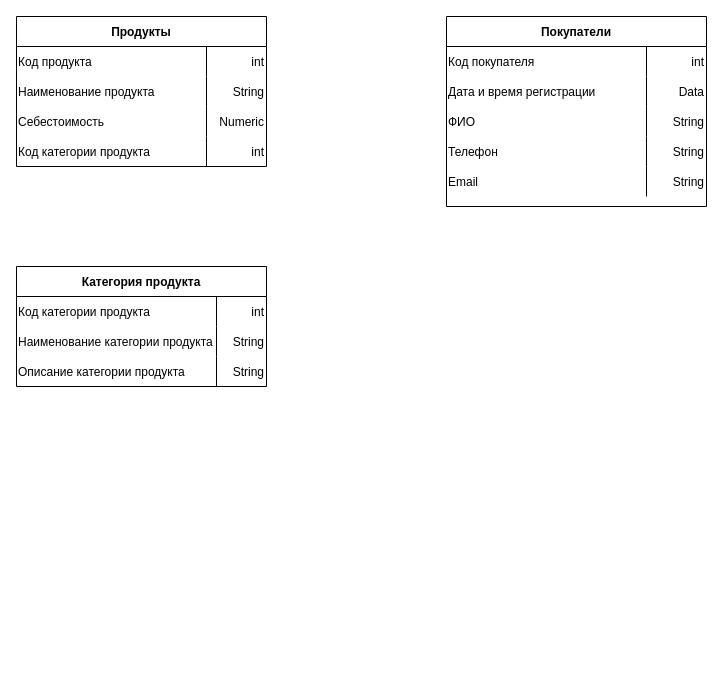
This is Диаграмма без названия.drawio from Nikola1Barnev/1, a draw.io file, before an edit. Source tidied: cells renumbered, new cells numbered last; positions are measured from the earlier drawing's top-left corner, leaving out a move shared by most shapes. Both pictures are drawn from the tidied source at 100%, with x=0, y=0 at pixel (16, 16).
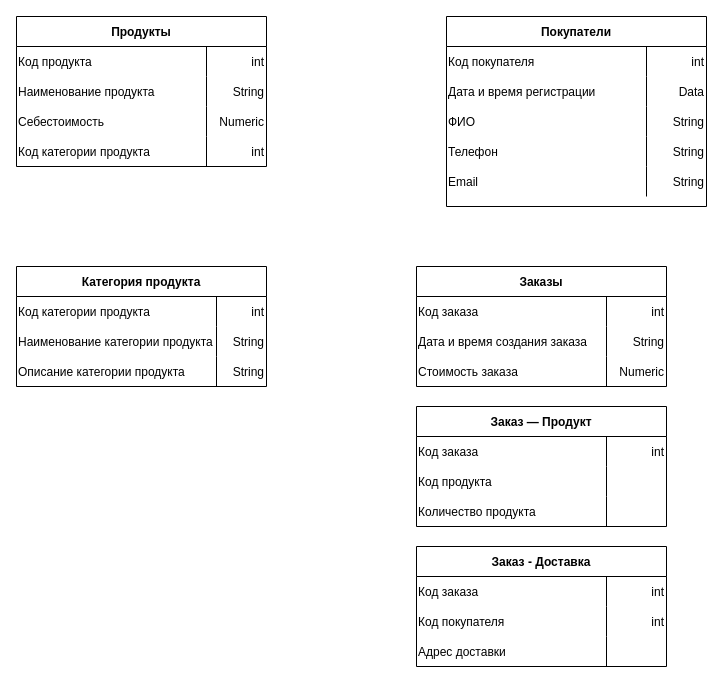
Above is the later version.

The edit, as a diff of the source:
```diff
@@
+    <mxCell id="41" value="Заказы" style="shape=table;startSize=30;childLayout=tableLayout;rowLines=0;fontStyle=1;align=center;" parent="1" vertex="1">
+      <mxGeometry x="400" y="250" width="250" height="120" as="geometry" />
+    </mxCell>
+    <mxCell id="42" style="shape=partialRectangle;fillColor=none;top=0;left=0;right=0;bottom=0;" parent="41" vertex="1">
+      <mxGeometry y="30" width="250" height="30" as="geometry" />
+    </mxCell>
+    <mxCell id="43" value="Код заказа" style="shape=partialRectangle;overflow=hidden;fillColor=none;top=0;left=0;bottom=0;right=0;align=left;" parent="42" vertex="1">
+      <mxGeometry width="190" height="30" as="geometry" />
+    </mxCell>
+    <mxCell id="44" value="int" style="shape=partialRectangle;overflow=hidden;fillColor=none;top=0;left=0;bottom=0;right=0;align=right;spacingLeft=6;" parent="42" vertex="1">
+      <mxGeometry x="190" width="60" height="30" as="geometry" />
+    </mxCell>
+    <mxCell id="45" style="shape=partialRectangle;fillColor=none;top=0;left=0;right=0;bottom=0;" parent="41" vertex="1">
+      <mxGeometry y="60" width="250" height="30" as="geometry" />
+    </mxCell>
+    <mxCell id="46" value="Дата и время создания заказа" style="shape=partialRectangle;overflow=hidden;fillColor=none;top=0;left=0;bottom=0;right=0;align=left;" parent="45" vertex="1">
+      <mxGeometry width="190" height="30" as="geometry" />
+    </mxCell>
+    <mxCell id="47" value="String" style="shape=partialRectangle;overflow=hidden;fillColor=none;top=0;left=0;bottom=0;right=0;align=right;spacingLeft=6;" parent="45" vertex="1">
+      <mxGeometry x="190" width="60" height="30" as="geometry" />
+    </mxCell>
+    <mxCell id="48" style="shape=partialRectangle;fillColor=none;top=0;left=0;right=0;bottom=0;" parent="41" vertex="1">
+      <mxGeometry y="90" width="250" height="30" as="geometry" />
+    </mxCell>
+    <mxCell id="49" value="Стоимость заказа" style="shape=partialRectangle;overflow=hidden;fillColor=none;top=0;left=0;bottom=0;right=0;align=left;" parent="48" vertex="1">
+      <mxGeometry width="190" height="30" as="geometry" />
+    </mxCell>
+    <mxCell id="50" value="Numeric" style="shape=partialRectangle;overflow=hidden;fillColor=none;top=0;left=0;bottom=0;right=0;align=right;spacingLeft=6;" parent="48" vertex="1">
+      <mxGeometry x="190" width="60" height="30" as="geometry" />
+    </mxCell>
+    <mxCell id="51" value="Заказ — Продукт" style="shape=table;startSize=30;childLayout=tableLayout;rowLines=0;fontStyle=1;align=center;" parent="1" vertex="1">
+      <mxGeometry x="400" y="390" width="250" height="120" as="geometry" />
+    </mxCell>
+    <mxCell id="52" style="shape=partialRectangle;fillColor=none;top=0;left=0;right=0;bottom=0;" parent="51" vertex="1">
+      <mxGeometry y="30" width="250" height="30" as="geometry" />
+    </mxCell>
+    <mxCell id="53" value="Код заказа" style="shape=partialRectangle;overflow=hidden;fillColor=none;top=0;left=0;bottom=0;right=0;align=left;" parent="52" vertex="1">
+      <mxGeometry width="190" height="30" as="geometry" />
+    </mxCell>
+    <mxCell id="54" value="int" style="shape=partialRectangle;overflow=hidden;fillColor=none;top=0;left=0;bottom=0;right=0;align=right;spacingLeft=6;" parent="52" vertex="1">
+      <mxGeometry x="190" width="60" height="30" as="geometry" />
+    </mxCell>
+    <mxCell id="55" style="shape=partialRectangle;fillColor=none;top=0;left=0;right=0;bottom=0;" parent="51" vertex="1">
+      <mxGeometry y="60" width="250" height="30" as="geometry" />
+    </mxCell>
+    <mxCell id="56" value="Код продукта" style="shape=partialRectangle;overflow=hidden;fillColor=none;top=0;left=0;bottom=0;right=0;align=left;" parent="55" vertex="1">
+      <mxGeometry width="190" height="30" as="geometry" />
+    </mxCell>
+    <mxCell id="57" style="shape=partialRectangle;overflow=hidden;fillColor=none;top=0;left=0;bottom=0;right=0;align=right;spacingLeft=6;" parent="55" vertex="1">
+      <mxGeometry x="190" width="60" height="30" as="geometry" />
+    </mxCell>
+    <mxCell id="58" style="shape=partialRectangle;fillColor=none;top=0;left=0;right=0;bottom=0;" parent="51" vertex="1">
+      <mxGeometry y="90" width="250" height="30" as="geometry" />
+    </mxCell>
+    <mxCell id="59" value="Количество продукта" style="shape=partialRectangle;overflow=hidden;fillColor=none;top=0;left=0;bottom=0;right=0;align=left;" parent="58" vertex="1">
+      <mxGeometry width="190" height="30" as="geometry" />
+    </mxCell>
+    <mxCell id="60" style="shape=partialRectangle;overflow=hidden;fillColor=none;top=0;left=0;bottom=0;right=0;align=right;spacingLeft=6;" parent="58" vertex="1">
+      <mxGeometry x="190" width="60" height="30" as="geometry" />
+    </mxCell>
+    <mxCell id="61" value="Заказ - Доставка" style="shape=table;startSize=30;childLayout=tableLayout;rowLines=0;fontStyle=1;align=center;" parent="1" vertex="1">
+      <mxGeometry x="400" y="530" width="250" height="120" as="geometry" />
+    </mxCell>
+    <mxCell id="62" style="shape=partialRectangle;fillColor=none;top=0;left=0;right=0;bottom=0;" parent="61" vertex="1">
+      <mxGeometry y="30" width="250" height="30" as="geometry" />
+    </mxCell>
+    <mxCell id="63" value="Код заказа" style="shape=partialRectangle;overflow=hidden;fillColor=none;top=0;left=0;bottom=0;right=0;align=left;" parent="62" vertex="1">
+      <mxGeometry width="190" height="30" as="geometry" />
+    </mxCell>
+    <mxCell id="64" value="int" style="shape=partialRectangle;overflow=hidden;fillColor=none;top=0;left=0;bottom=0;right=0;align=right;spacingLeft=6;" parent="62" vertex="1">
+      <mxGeometry x="190" width="60" height="30" as="geometry" />
+    </mxCell>
+    <mxCell id="65" style="shape=partialRectangle;fillColor=none;top=0;left=0;right=0;bottom=0;" parent="61" vertex="1">
+      <mxGeometry y="60" width="250" height="30" as="geometry" />
+    </mxCell>
+    <mxCell id="66" value="Код покупателя" style="shape=partialRectangle;overflow=hidden;fillColor=none;top=0;left=0;bottom=0;right=0;align=left;" parent="65" vertex="1">
+      <mxGeometry width="190" height="30" as="geometry" />
+    </mxCell>
+    <mxCell id="67" value="int" style="shape=partialRectangle;overflow=hidden;fillColor=none;top=0;left=0;bottom=0;right=0;align=right;spacingLeft=6;" parent="65" vertex="1">
+      <mxGeometry x="190" width="60" height="30" as="geometry" />
+    </mxCell>
+    <mxCell id="68" style="shape=partialRectangle;fillColor=none;top=0;left=0;right=0;bottom=0;" parent="61" vertex="1">
+      <mxGeometry y="90" width="250" height="30" as="geometry" />
+    </mxCell>
+    <mxCell id="69" value="Адрес доставки" style="shape=partialRectangle;overflow=hidden;fillColor=none;top=0;left=0;bottom=0;right=0;align=left;" parent="68" vertex="1">
+      <mxGeometry width="190" height="30" as="geometry" />
+    </mxCell>
+    <mxCell id="70" style="shape=partialRectangle;overflow=hidden;fillColor=none;top=0;left=0;bottom=0;right=0;align=right;spacingLeft=6;" parent="68" vertex="1">
+      <mxGeometry x="190" width="60" height="30" as="geometry" />
+    </mxCell>
```
